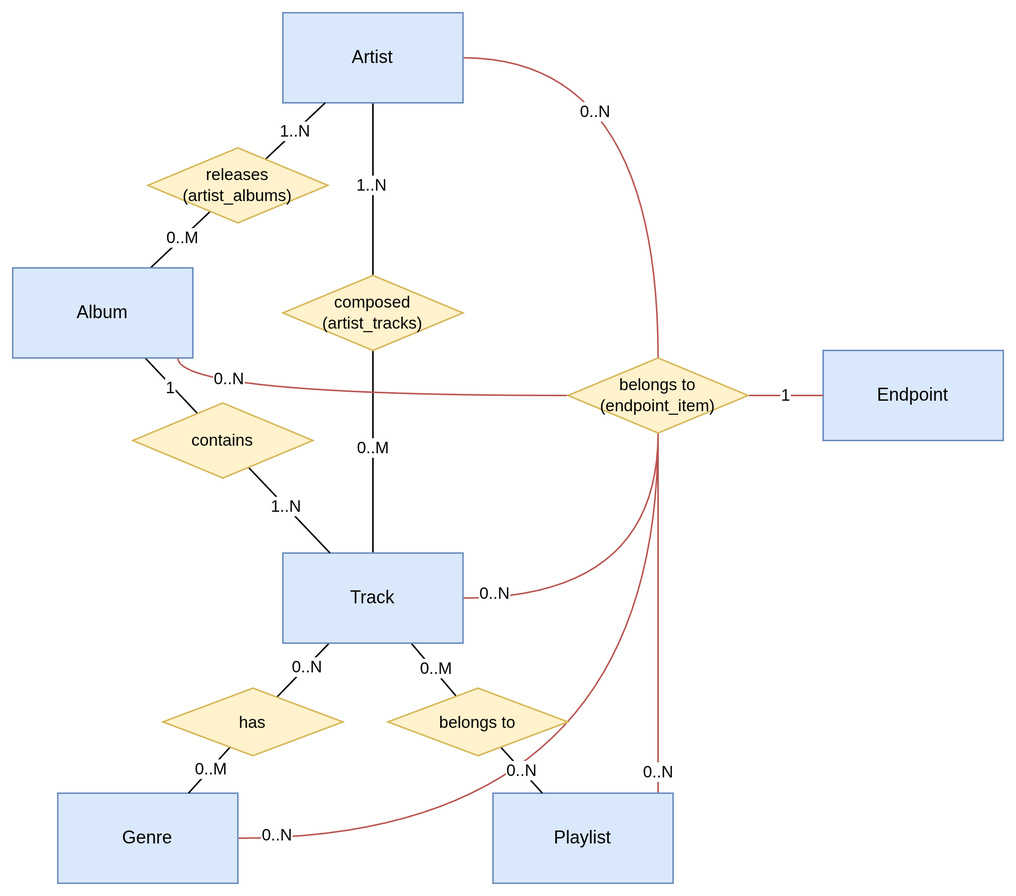
This is backend/src/_ER_Diagram.drawio.png from gelaechter/leidenfrost, a draw.io export, as it was before one commit. Source tidied: cells renumbered, new cells last; positions are measured from the earlier drawing's top-left corner, leaving out a move shared by most shapes.
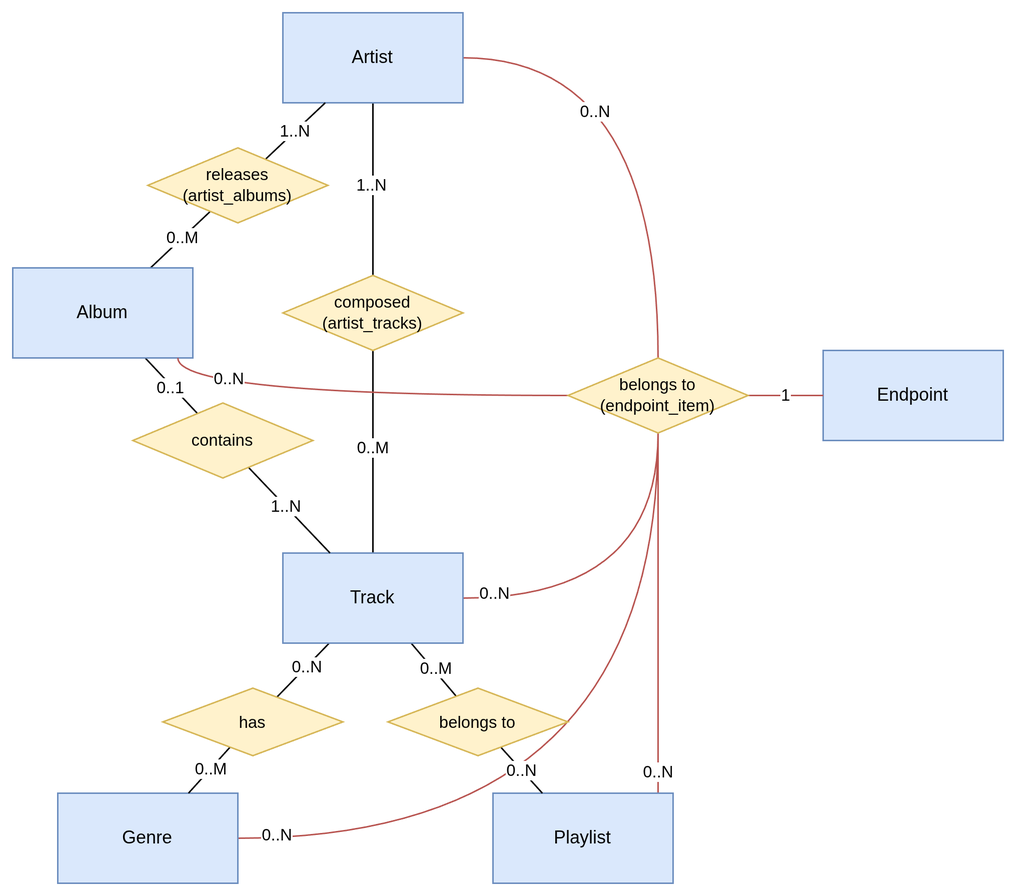
After the change.

Change to the diagram source:
```diff
@@ -51,7 +51,7 @@
     <mxCell id="15" style="edgeStyle=none;shape=connector;rounded=0;jettySize=auto;html=1;strokeColor=default;align=center;verticalAlign=middle;fontFamily=Helvetica;fontSize=11;fontColor=default;labelBackgroundColor=default;endArrow=none;endFill=0;" parent="1" edge="1" source="17" target="39">
       <mxGeometry relative="1" as="geometry" />
     </mxCell>
-    <mxCell id="16" value="1" style="edgeLabel;html=1;align=center;verticalAlign=middle;fontFamily=Helvetica;fontSize=11;fontColor=default;labelBackgroundColor=default;" parent="15" vertex="1">
+    <mxCell id="16" value="0..1" style="edgeLabel;html=1;align=center;verticalAlign=middle;fontFamily=Helvetica;fontSize=11;fontColor=default;labelBackgroundColor=default;" parent="15" vertex="1">
       <mxGeometry x="0.02" y="-1" relative="1" as="geometry" />
     </mxCell>
     <mxCell id="17" value="Album" style="rounded=0;whiteSpace=wrap;html=1;fillColor=#dae8fc;strokeColor=#6c8ebf;" parent="1" vertex="1">
```
